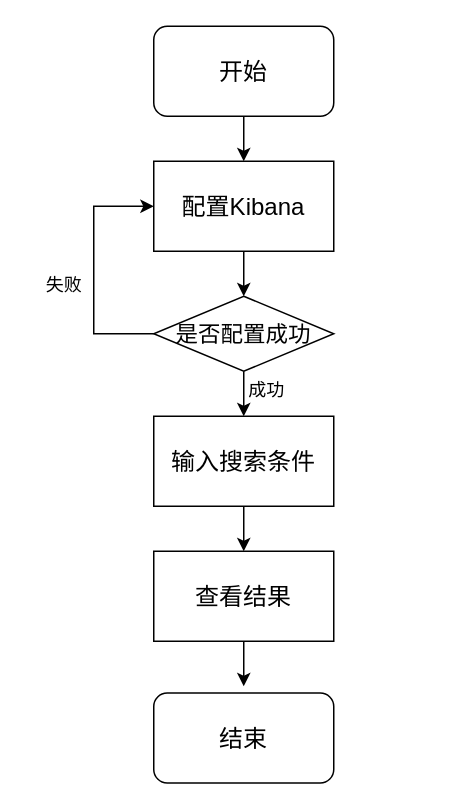
Before: kibana流程图.drawio in tianshengdiwangK/common, a draw.io diagram. Source tidied: cells renumbered, new cells numbered last; positions are measured from the earlier drawing's top-left corner, leaving out a move shared by most shapes. Both pictures are drawn from the tidied source at 150%, with x=0, y=0 at pixel (26, 26).
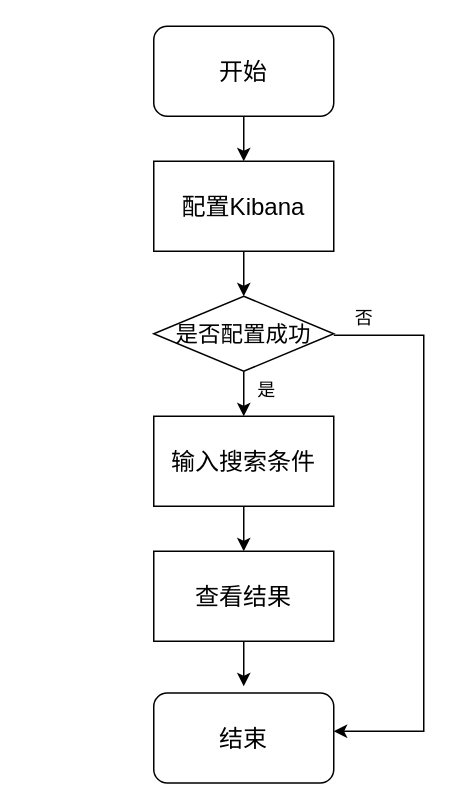
After the change.

Commit message:
更新kibana流程图.drawio

Change to the diagram source:
```diff
@@
 <mxGraphModel>
   <root>
     <mxCell id="0" />
     <mxCell id="1" parent="0" />
     <mxCell id="2" style="edgeStyle=orthogonalEdgeStyle;rounded=0;jettySize=auto;html=1;entryX=0.5;entryY=0;entryDx=0;entryDy=0;" parent="1" edge="1" source="3" target="5">
       <mxGeometry relative="1" as="geometry" />
     </mxCell>
     <mxCell id="3" value="&lt;font style=&quot;font-size: 16px;&quot;&gt;开始&lt;/font&gt;" style="rounded=1;whiteSpace=wrap;html=1;" parent="1" vertex="1">
       <mxGeometry x="85" width="120" height="60" as="geometry" />
     </mxCell>
     <mxCell id="4" style="edgeStyle=orthogonalEdgeStyle;rounded=0;jettySize=auto;html=1;" parent="1" edge="1" source="5" target="8">
       <mxGeometry relative="1" as="geometry" />
     </mxCell>
     <mxCell id="5" value="&lt;font style=&quot;font-size: 16px;&quot;&gt;配置Kibana&lt;/font&gt;" style="rounded=0;whiteSpace=wrap;html=1;" parent="1" vertex="1">
       <mxGeometry x="85" y="90" width="120" height="60" as="geometry" />
     </mxCell>
     <mxCell id="6" style="edgeStyle=orthogonalEdgeStyle;rounded=0;jettySize=auto;html=1;entryX=0.5;entryY=0;entryDx=0;entryDy=0;" parent="1" edge="1" source="8" target="10">
       <mxGeometry relative="1" as="geometry" />
     </mxCell>
-    <mxCell id="7" style="edgeStyle=orthogonalEdgeStyle;rounded=0;jettySize=auto;html=1;entryX=0;entryY=0.5;entryDx=0;entryDy=0;exitX=0;exitY=0.5;exitDx=0;exitDy=0;" parent="1" edge="1" source="8" target="5">
+    <mxCell id="7" style="edgeStyle=orthogonalEdgeStyle;rounded=0;orthogonalLoop=1;jettySize=auto;html=1;" parent="1" edge="1">
       <mxGeometry relative="1" as="geometry">
+        <mxPoint x="205" y="206" as="sourcePoint" />
+        <mxPoint x="205" y="470" as="targetPoint" />
         <Array as="points">
-          <mxPoint x="45" y="205" />
-          <mxPoint x="45" y="120" />
+          <mxPoint x="265" y="206" />
         </Array>
       </mxGeometry>
     </mxCell>
     <mxCell id="8" value="&lt;font style=&quot;font-size: 15px;&quot;&gt;是否配置成功&lt;/font&gt;" style="rhombus;whiteSpace=wrap;html=1;" parent="1" vertex="1">
       <mxGeometry x="85" y="180" width="120" height="50" as="geometry" />
     </mxCell>
     <mxCell id="9" style="edgeStyle=orthogonalEdgeStyle;rounded=0;jettySize=auto;html=1;" parent="1" edge="1" source="10" target="12">
       <mxGeometry relative="1" as="geometry" />
     </mxCell>
     <mxCell id="10" value="&lt;font style=&quot;font-size: 16px;&quot;&gt;输入搜索条件&lt;/font&gt;" style="rounded=0;whiteSpace=wrap;html=1;" parent="1" vertex="1">
       <mxGeometry x="85" y="260" width="120" height="60" as="geometry" />
     </mxCell>
     <mxCell id="11" style="edgeStyle=orthogonalEdgeStyle;rounded=0;jettySize=auto;html=1;" parent="1" edge="1" source="12">
       <mxGeometry relative="1" as="geometry">
         <mxPoint x="145" y="440" as="targetPoint" />
       </mxGeometry>
     </mxCell>
     <mxCell id="12" value="&lt;font style=&quot;font-size: 16px;&quot;&gt;查看结果&lt;/font&gt;" style="rounded=0;whiteSpace=wrap;html=1;" parent="1" vertex="1">
       <mxGeometry x="85" y="350" width="120" height="60" as="geometry" />
     </mxCell>
     <mxCell id="13" value="&lt;font style=&quot;font-size: 16px;&quot;&gt;结束&lt;/font&gt;" style="rounded=1;whiteSpace=wrap;html=1;" parent="1" vertex="1">
       <mxGeometry x="85" y="444.5" width="120" height="60" as="geometry" />
     </mxCell>
-    <mxCell id="14" value="成功" style="text;html=1;align=center;verticalAlign=middle;strokeColor=none;fillColor=none;" parent="1" vertex="1">
-      <mxGeometry x="135" y="228" width="50" height="30" as="geometry" />
+    <mxCell id="14" value="是" style="text;html=1;align=center;verticalAlign=middle;strokeColor=none;fillColor=none;" parent="1" vertex="1">
+      <mxGeometry x="140" y="228" width="40" height="30" as="geometry" />
     </mxCell>
-    <mxCell id="15" value="失败" style="text;html=1;align=center;verticalAlign=middle;strokeColor=none;fillColor=none;" parent="1" vertex="1">
-      <mxGeometry y="158" width="50" height="30" as="geometry" />
-    </mxCell>
+    <mxCell id="16" value="否" style="text;html=1;align=center;verticalAlign=middle;strokeColor=none;fillColor=none;" parent="1" vertex="1">
+      <mxGeometry x="205" y="180" width="40" height="30" as="geometry" />
+    </mxCell>
   </root>
 </mxGraphModel>
```
